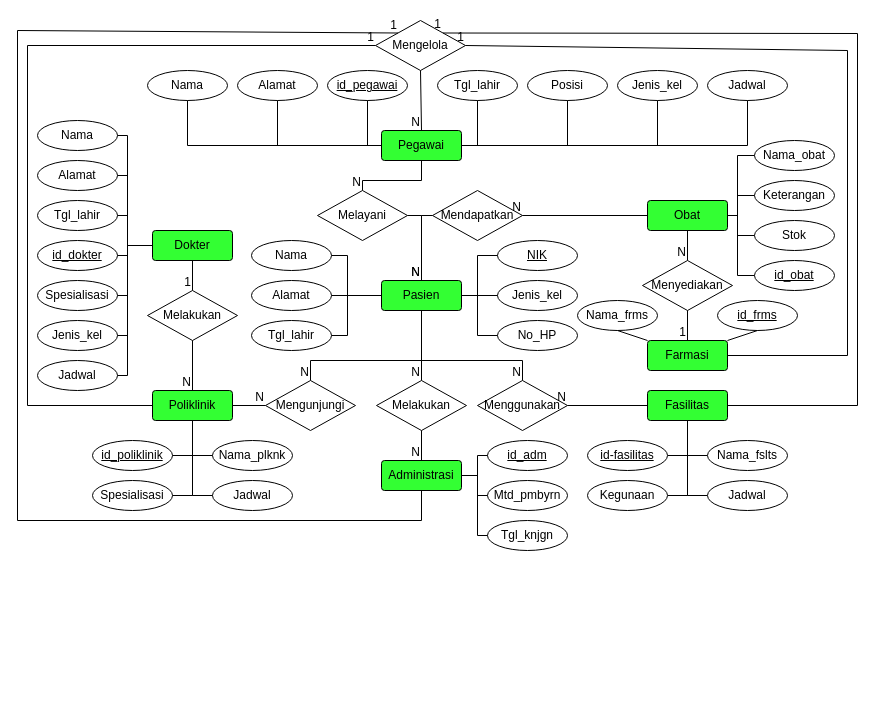
yogadwipayana/ERD keeps this draw.io diagram as rumahSakit.drawio. Above is the earlier version. Source tidied: cells renumbered, new cells numbered last; positions are measured from the earlier drawing's top-left corner, leaving out a move shared by most shapes. Both pictures are drawn from the tidied source at 100%, with x=0, y=0 at pixel (17, 20).
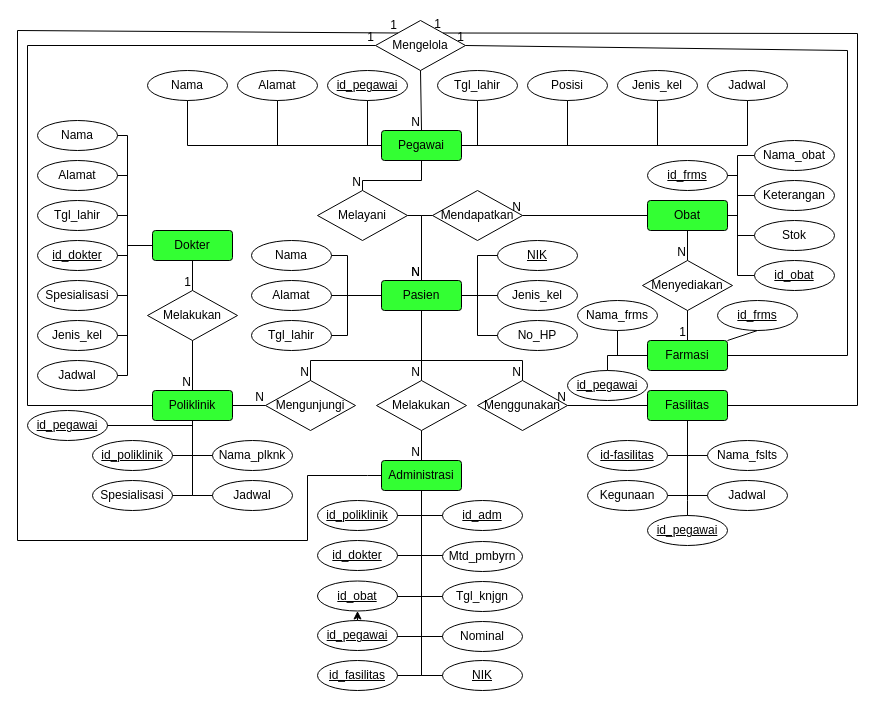
The same diagram, later.

Unchanged cells that the change refers to:
```xml
<mxCell id="3" value="Administrasi" style="rounded=1;arcSize=10;whiteSpace=wrap;html=1;align=center;fillColor=#33FF33;" parent="1" vertex="1">
  <mxGeometry x="364" y="440" width="80" height="30" as="geometry" />
</mxCell>
<mxCell id="4" value="Poliklinik" style="rounded=1;arcSize=10;whiteSpace=wrap;html=1;align=center;fillColor=#33FF33;" parent="1" vertex="1">
  <mxGeometry x="135" y="370" width="80" height="30" as="geometry" />
</mxCell>
<mxCell id="6" value="Farmasi" style="rounded=1;arcSize=10;whiteSpace=wrap;html=1;align=center;fillColor=#33FF33;" parent="1" vertex="1">
  <mxGeometry x="630" y="320" width="80" height="30" as="geometry" />
</mxCell>
<mxCell id="7" value="Obat" style="rounded=1;arcSize=10;whiteSpace=wrap;html=1;align=center;fillColor=#33FF33;" parent="1" vertex="1">
  <mxGeometry x="630" y="180" width="80" height="30" as="geometry" />
</mxCell>
<mxCell id="9" value="Fasilitas" style="rounded=1;arcSize=10;whiteSpace=wrap;html=1;align=center;fillColor=#33FF33;" parent="1" vertex="1">
  <mxGeometry x="630" y="370" width="80" height="30" as="geometry" />
</mxCell>
<mxCell id="50" value="Mengelola" style="shape=rhombus;perimeter=rhombusPerimeter;whiteSpace=wrap;html=1;align=center;" parent="1" vertex="1">
  <mxGeometry x="358" width="90" height="50" as="geometry" />
</mxCell>
<mxCell id="66" value="Nama_frms" style="ellipse;whiteSpace=wrap;html=1;align=center;" parent="1" vertex="1">
  <mxGeometry x="560" y="280" width="80" height="30" as="geometry" />
</mxCell>
```

What changed in the source:
```diff
@@
     <mxCell id="20" value="id_adm" style="ellipse;whiteSpace=wrap;html=1;align=center;fontStyle=4;" parent="1" vertex="1">
-      <mxGeometry x="470" y="420" width="80" height="30" as="geometry" />
+      <mxGeometry x="425" y="480" width="80" height="30" as="geometry" />
     </mxCell>
     <mxCell id="21" value="Mtd_pmbyrn" style="ellipse;whiteSpace=wrap;html=1;align=center;" parent="1" vertex="1">
-      <mxGeometry x="470" y="460" width="80" height="30" as="geometry" />
+      <mxGeometry x="425" y="521" width="80" height="30" as="geometry" />
     </mxCell>
     <mxCell id="22" value="Tgl_knjgn" style="ellipse;whiteSpace=wrap;html=1;align=center;" parent="1" vertex="1">
-      <mxGeometry x="470" y="500" width="80" height="30" as="geometry" />
+      <mxGeometry x="425" y="561" width="80" height="30" as="geometry" />
     </mxCell>
-    <mxCell id="23" style="endArrow=none;html=1;rounded=0;exitX=1;exitY=0.5;exitDx=0;exitDy=0;entryX=0;entryY=0.5;entryDx=0;entryDy=0;" parent="1" edge="1" source="3" target="21">
-      <mxGeometry relative="1" as="geometry">
-        <Array as="points">
-          <mxPoint x="460" y="455" />
-          <mxPoint x="460" y="475" />
-        </Array>
-      </mxGeometry>
-    </mxCell>
@@
-    <mxCell id="59" style="endArrow=none;html=1;rounded=0;entryX=0;entryY=0;entryDx=0;entryDy=0;exitX=0.5;exitY=1;exitDx=0;exitDy=0;" parent="1" edge="1" source="3" target="50">
+    <mxCell id="59" style="endArrow=none;html=1;rounded=0;entryX=0;entryY=0;entryDx=0;entryDy=0;exitX=0;exitY=0.5;exitDx=0;exitDy=0;" parent="1" edge="1" source="3" target="50">
       <mxGeometry relative="1" as="geometry">
         <Array as="points">
-          <mxPoint x="404" y="500" />
-          <mxPoint y="500" />
+          <mxPoint x="350" y="455" />
+          <mxPoint x="290" y="455" />
+          <mxPoint x="290" y="520" />
+          <mxPoint y="520" />
           <mxPoint y="10" />
         </Array>
       </mxGeometry>
     </mxCell>
@@
-    <mxCell id="94" style="endArrow=none;html=1;rounded=0;exitX=1;exitY=0.5;exitDx=0;exitDy=0;entryX=0;entryY=0.5;entryDx=0;entryDy=0;" parent="1" edge="1" source="3" target="22">
-      <mxGeometry relative="1" as="geometry">
-        <Array as="points">
-          <mxPoint x="460" y="455" />
-          <mxPoint x="460" y="515" />
-        </Array>
-      </mxGeometry>
-    </mxCell>
-    <mxCell id="95" style="endArrow=none;html=1;rounded=0;exitX=1;exitY=0.5;exitDx=0;exitDy=0;entryX=0;entryY=0.5;entryDx=0;entryDy=0;" parent="1" edge="1" source="3" target="20">
-      <mxGeometry relative="1" as="geometry">
-        <Array as="points">
-          <mxPoint x="460" y="455" />
-          <mxPoint x="460" y="435" />
-        </Array>
-      </mxGeometry>
-    </mxCell>
@@
-    <mxCell id="128" style="endArrow=none;html=1;rounded=0;exitX=0.5;exitY=1;exitDx=0;exitDy=0;entryX=0;entryY=0;entryDx=0;entryDy=0;" parent="1" edge="1" source="66" target="6">
-      <mxGeometry relative="1" as="geometry" />
+    <mxCell id="128" style="endArrow=none;html=1;rounded=0;exitX=0.5;exitY=1;exitDx=0;exitDy=0;entryX=0;entryY=0.5;entryDx=0;entryDy=0;" parent="1" edge="1" source="66" target="6">
+      <mxGeometry relative="1" as="geometry">
+        <Array as="points">
+          <mxPoint x="600" y="335" />
+        </Array>
+      </mxGeometry>
     </mxCell>
@@
+    <mxCell id="130" style="edgeStyle=orthogonalEdgeStyle;rounded=0;jettySize=auto;html=1;" parent="1" edge="1" source="131" target="135">
+      <mxGeometry relative="1" as="geometry" />
+    </mxCell>
+    <mxCell id="131" value="Nominal" style="ellipse;whiteSpace=wrap;html=1;align=center;" parent="1" vertex="1">
+      <mxGeometry x="425" y="601" width="80" height="30" as="geometry" />
+    </mxCell>
+    <mxCell id="132" value="NIK" style="ellipse;whiteSpace=wrap;html=1;align=center;fontStyle=4;" parent="1" vertex="1">
+      <mxGeometry x="425" y="640" width="80" height="30" as="geometry" />
+    </mxCell>
+    <mxCell id="133" value="id_fasilitas" style="ellipse;whiteSpace=wrap;html=1;align=center;fontStyle=4;" parent="1" vertex="1">
+      <mxGeometry x="300" y="640" width="80" height="30" as="geometry" />
+    </mxCell>
+    <mxCell id="134" value="id_pegawai" style="ellipse;whiteSpace=wrap;html=1;align=center;fontStyle=4;" parent="1" vertex="1">
+      <mxGeometry x="300" y="600" width="80" height="30" as="geometry" />
+    </mxCell>
+    <mxCell id="135" value="id_obat" style="ellipse;whiteSpace=wrap;html=1;align=center;fontStyle=4;" parent="1" vertex="1">
+      <mxGeometry x="300" y="560.5" width="80" height="30" as="geometry" />
+    </mxCell>
+    <mxCell id="136" value="id_dokter" style="ellipse;whiteSpace=wrap;html=1;align=center;fontStyle=4;" parent="1" vertex="1">
+      <mxGeometry x="300" y="520" width="80" height="30" as="geometry" />
+    </mxCell>
+    <mxCell id="137" value="id_poliklinik" style="ellipse;whiteSpace=wrap;html=1;align=center;fontStyle=4;" parent="1" vertex="1">
+      <mxGeometry x="300" y="480" width="80" height="30" as="geometry" />
+    </mxCell>
+    <mxCell id="138" style="endArrow=none;html=1;rounded=0;entryX=0.5;entryY=1;entryDx=0;entryDy=0;exitX=1;exitY=0.5;exitDx=0;exitDy=0;" parent="1" edge="1" source="137" target="3">
+      <mxGeometry relative="1" as="geometry">
+        <Array as="points">
+          <mxPoint x="404" y="495" />
+        </Array>
+      </mxGeometry>
+    </mxCell>
+    <mxCell id="139" style="endArrow=none;html=1;rounded=0;entryX=0.5;entryY=1;entryDx=0;entryDy=0;exitX=1;exitY=0.5;exitDx=0;exitDy=0;" parent="1" edge="1" target="3">
+      <mxGeometry relative="1" as="geometry">
+        <mxPoint x="380" y="535" as="sourcePoint" />
+        <Array as="points">
+          <mxPoint x="404" y="535" />
+        </Array>
+      </mxGeometry>
+    </mxCell>
+    <mxCell id="140" style="endArrow=none;html=1;rounded=0;entryX=0.5;entryY=1;entryDx=0;entryDy=0;exitX=1;exitY=0.5;exitDx=0;exitDy=0;" parent="1" edge="1" target="3">
+      <mxGeometry relative="1" as="geometry">
+        <mxPoint x="380" y="576" as="sourcePoint" />
+        <Array as="points">
+          <mxPoint x="404" y="576" />
+        </Array>
+      </mxGeometry>
+    </mxCell>
+    <mxCell id="141" style="endArrow=none;html=1;rounded=0;entryX=0.5;entryY=1;entryDx=0;entryDy=0;exitX=1;exitY=0.5;exitDx=0;exitDy=0;" parent="1" edge="1" source="133" target="3">
+      <mxGeometry relative="1" as="geometry">
+        <Array as="points">
+          <mxPoint x="404" y="655" />
+        </Array>
+      </mxGeometry>
+    </mxCell>
+    <mxCell id="142" style="endArrow=none;html=1;rounded=0;entryX=0.5;entryY=1;entryDx=0;entryDy=0;exitX=0;exitY=0.5;exitDx=0;exitDy=0;" parent="1" edge="1" source="20">
+      <mxGeometry relative="1" as="geometry">
+        <mxPoint x="404" y="470" as="targetPoint" />
+        <Array as="points">
+          <mxPoint x="404" y="495" />
+        </Array>
+      </mxGeometry>
+    </mxCell>
+    <mxCell id="143" style="endArrow=none;html=1;rounded=0;entryX=0.5;entryY=1;entryDx=0;entryDy=0;exitX=0;exitY=0.5;exitDx=0;exitDy=0;" parent="1" edge="1" target="3">
+      <mxGeometry relative="1" as="geometry">
+        <mxPoint x="425" y="535" as="sourcePoint" />
+        <Array as="points">
+          <mxPoint x="404" y="535" />
+        </Array>
+      </mxGeometry>
+    </mxCell>
+    <mxCell id="144" style="endArrow=none;html=1;rounded=0;entryX=0.5;entryY=1;entryDx=0;entryDy=0;exitX=0;exitY=0.5;exitDx=0;exitDy=0;" parent="1" edge="1" target="3">
+      <mxGeometry relative="1" as="geometry">
+        <mxPoint x="425" y="576" as="sourcePoint" />
+        <Array as="points">
+          <mxPoint x="404" y="576" />
+        </Array>
+      </mxGeometry>
+    </mxCell>
+    <mxCell id="145" style="endArrow=none;html=1;rounded=0;exitX=0;exitY=0.5;exitDx=0;exitDy=0;entryX=0.5;entryY=1;entryDx=0;entryDy=0;" parent="1" edge="1" target="3">
+      <mxGeometry relative="1" as="geometry">
+        <mxPoint x="425" y="616" as="sourcePoint" />
+        <Array as="points">
+          <mxPoint x="404" y="616" />
+        </Array>
+      </mxGeometry>
+    </mxCell>
+    <mxCell id="146" style="endArrow=none;html=1;rounded=0;entryX=0.5;entryY=1;entryDx=0;entryDy=0;exitX=0;exitY=0.5;exitDx=0;exitDy=0;" parent="1" edge="1" source="132" target="3">
+      <mxGeometry relative="1" as="geometry">
+        <Array as="points">
+          <mxPoint x="404" y="655" />
+        </Array>
+      </mxGeometry>
+    </mxCell>
+    <mxCell id="147" value="id_frms" style="ellipse;whiteSpace=wrap;html=1;align=center;fontStyle=4;" parent="1" vertex="1">
+      <mxGeometry x="630" y="140" width="80" height="30" as="geometry" />
+    </mxCell>
+    <mxCell id="148" style="endArrow=none;html=1;rounded=0;entryX=1;entryY=0.5;entryDx=0;entryDy=0;exitX=1;exitY=0.5;exitDx=0;exitDy=0;" parent="1" edge="1" source="7" target="147">
+      <mxGeometry relative="1" as="geometry">
+        <Array as="points">
+          <mxPoint x="720" y="195" />
+          <mxPoint x="720" y="155" />
+        </Array>
+      </mxGeometry>
+    </mxCell>
+    <mxCell id="149" value="id_pegawai" style="ellipse;whiteSpace=wrap;html=1;align=center;fontStyle=4;" parent="1" vertex="1">
+      <mxGeometry x="550" y="350" width="80" height="30" as="geometry" />
+    </mxCell>
+    <mxCell id="150" style="endArrow=none;html=1;rounded=0;exitX=0.5;exitY=0;exitDx=0;exitDy=0;entryX=0;entryY=0.5;entryDx=0;entryDy=0;" parent="1" edge="1" source="149" target="6">
+      <mxGeometry relative="1" as="geometry">
+        <Array as="points">
+          <mxPoint x="590" y="335" />
+        </Array>
+      </mxGeometry>
+    </mxCell>
+    <mxCell id="151" value="id_pegawai" style="ellipse;whiteSpace=wrap;html=1;align=center;fontStyle=4;" parent="1" vertex="1">
+      <mxGeometry x="630" y="495" width="80" height="30" as="geometry" />
+    </mxCell>
+    <mxCell id="152" style="endArrow=none;html=1;rounded=0;exitX=0.5;exitY=0;exitDx=0;exitDy=0;entryX=0.5;entryY=1;entryDx=0;entryDy=0;" parent="1" edge="1" source="151" target="9">
+      <mxGeometry relative="1" as="geometry">
+        <Array as="points">
+          <mxPoint x="670" y="480" />
+        </Array>
+      </mxGeometry>
+    </mxCell>
+    <mxCell id="153" value="id_pegawai" style="ellipse;whiteSpace=wrap;html=1;align=center;fontStyle=4;" parent="1" vertex="1">
+      <mxGeometry x="10" y="390" width="80" height="30" as="geometry" />
+    </mxCell>
+    <mxCell id="154" style="endArrow=none;html=1;rounded=0;exitX=1;exitY=0.5;exitDx=0;exitDy=0;entryX=0.5;entryY=1;entryDx=0;entryDy=0;" parent="1" edge="1" source="153" target="4">
+      <mxGeometry relative="1" as="geometry">
+        <Array as="points">
+          <mxPoint x="175" y="405" />
+        </Array>
+      </mxGeometry>
+    </mxCell>
```
